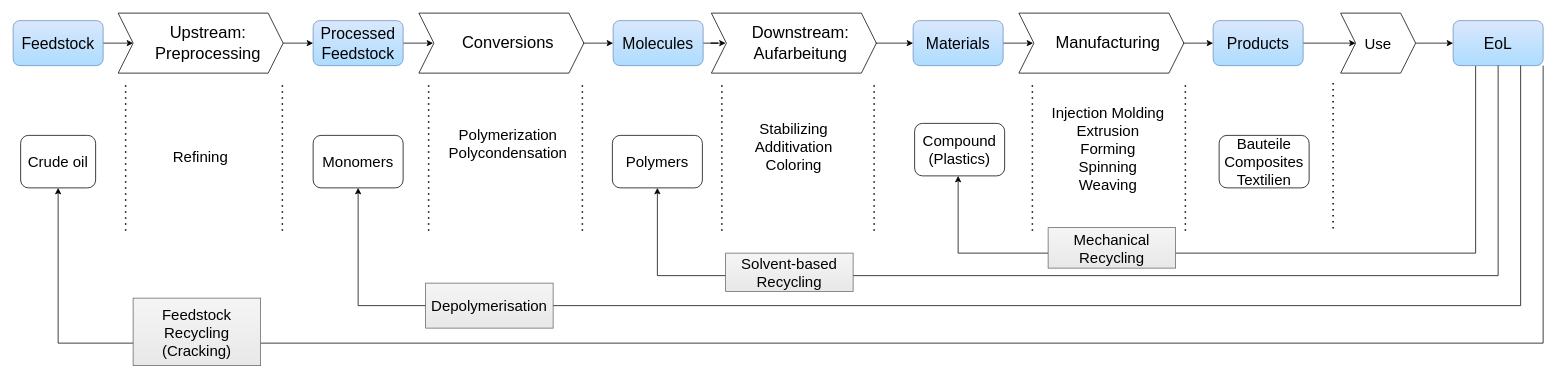
The draw.io diagram DT-ValueChain.drawio in kay-squared/PyTorchLearn, before the edit. Source tidied: cells renumbered, new cells numbered last; positions are measured from the earlier drawing's top-left corner, leaving out a move shared by most shapes. Both pictures are drawn from the tidied source at 75%, with x=0, y=0 at pixel (13, 13).
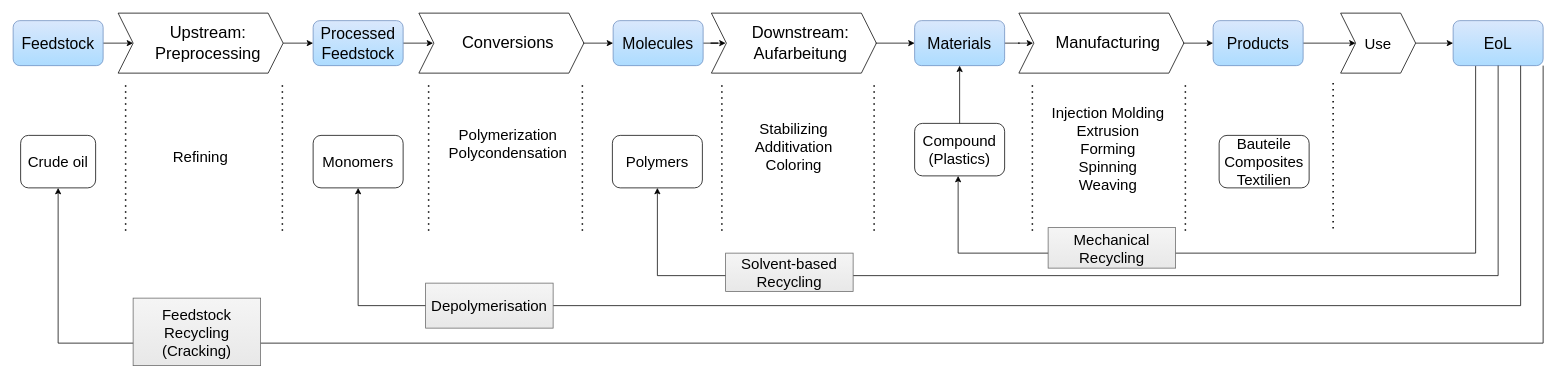
After the change.

The change refers to these unchanged cells:
```xml
<mxCell id="24" value="Compound (Plastics)" style="text;html=1;align=center;verticalAlign=middle;whiteSpace=wrap;rounded=1;fontFamily=Rubik light;fontSize=20;strokeColor=default;" parent="1" vertex="1">
  <mxGeometry x="1202" y="147" width="120" height="70" as="geometry" />
</mxCell>
```

Diff of the diagram source:
```diff
@@
     <mxCell id="9" value="Materials" style="rounded=1;whiteSpace=wrap;html=1;fontSize=21;fontFamily=Rubik light;fillColor=#DAE8FC;strokeColor=#6c8ebf;gradientColor=#ADDCFF;" parent="1" vertex="1">
-      <mxGeometry x="1200" y="10" width="120" height="60" as="geometry" />
+      <mxGeometry x="1202" y="10" width="120" height="60" as="geometry" />
     </mxCell>
@@
+    <mxCell id="53" style="edgeStyle=orthogonalEdgeStyle;rounded=0;jettySize=auto;html=1;" parent="1" edge="1" source="24" target="9">
+      <mxGeometry relative="1" as="geometry" />
+    </mxCell>
```
